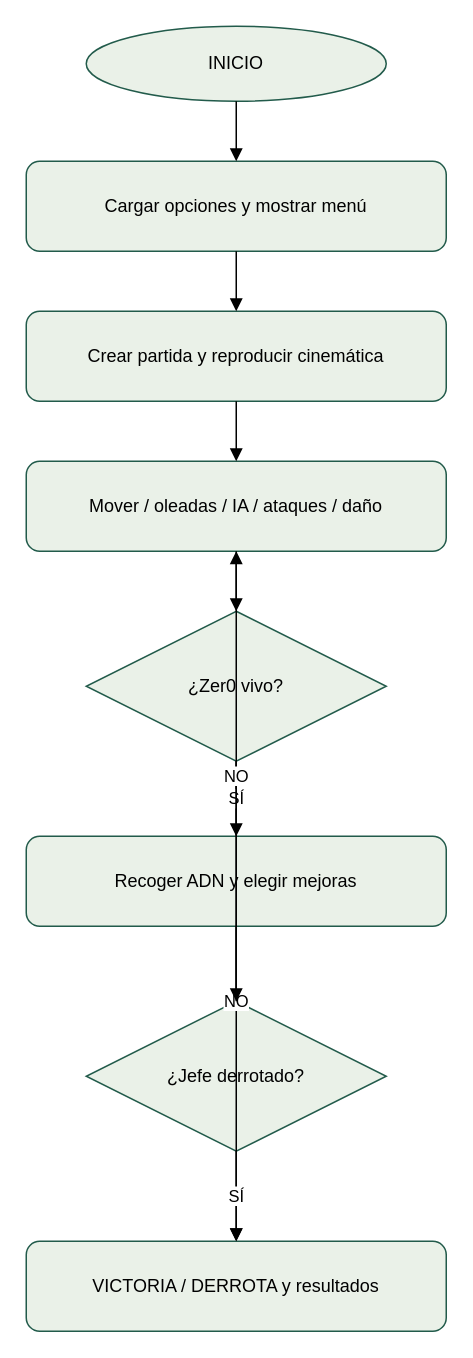
The draw.io diagram Docs/Arthropod_Evolution_Diagrama_editable.drawio in VICTOROMEJOVEN-commits/ArthropodEvolution, before the edit. Source tidied: cells renumbered, new cells numbered last; positions are measured from the earlier drawing's top-left corner, leaving out a move shared by most shapes. Both pictures are drawn from the tidied source at 150%, with x=0, y=0 at pixel (26, 26).
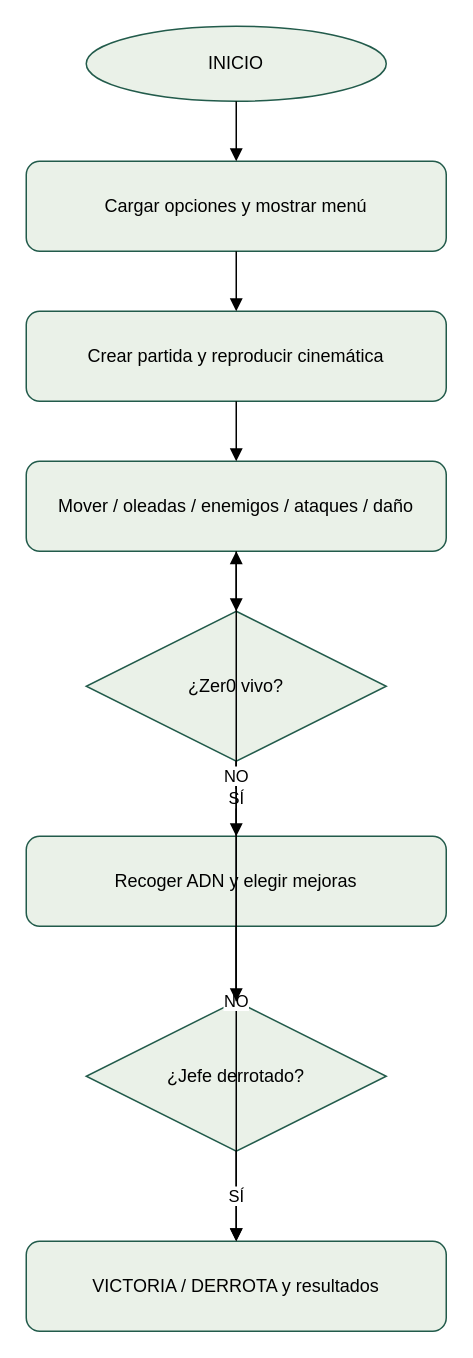
The same page after the edit.

Diff of the diagram source:
```diff
@@
 <mxGraphModel>
   <root>
     <mxCell id="0" />
     <mxCell id="1" parent="0" />
     <mxCell id="2" value="INICIO" style="ellipse;whiteSpace=wrap;html=1;fillColor=#eaf1e8;strokeColor=#225b4b;" parent="1" vertex="1">
       <mxGeometry x="40" width="200" height="50" as="geometry" />
     </mxCell>
     <mxCell id="3" value="Cargar opciones y mostrar menú" style="rounded=1;whiteSpace=wrap;html=1;fillColor=#eaf1e8;strokeColor=#225b4b;" parent="1" vertex="1">
       <mxGeometry y="90" width="280" height="60" as="geometry" />
     </mxCell>
     <mxCell id="4" value="Crear partida y reproducir cinemática" style="rounded=1;whiteSpace=wrap;html=1;fillColor=#eaf1e8;strokeColor=#225b4b;" parent="1" vertex="1">
       <mxGeometry y="190" width="280" height="60" as="geometry" />
     </mxCell>
-    <mxCell id="5" value="Mover / oleadas / IA / ataques / daño" style="rounded=1;whiteSpace=wrap;html=1;fillColor=#eaf1e8;strokeColor=#225b4b;" parent="1" vertex="1">
+    <mxCell id="5" value="Mover / oleadas / enemigos / ataques / daño" style="rounded=1;whiteSpace=wrap;html=1;fillColor=#eaf1e8;strokeColor=#225b4b;" parent="1" vertex="1">
       <mxGeometry y="290" width="280" height="60" as="geometry" />
     </mxCell>
     <mxCell id="6" value="¿Zer0 vivo?" style="rhombus;whiteSpace=wrap;html=1;fillColor=#eaf1e8;strokeColor=#225b4b;" parent="1" vertex="1">
       <mxGeometry x="40" y="390" width="200" height="100" as="geometry" />
     </mxCell>
     <mxCell id="7" value="Recoger ADN y elegir mejoras" style="rounded=1;whiteSpace=wrap;html=1;fillColor=#eaf1e8;strokeColor=#225b4b;" parent="1" vertex="1">
       <mxGeometry y="540" width="280" height="60" as="geometry" />
     </mxCell>
     <mxCell id="8" value="¿Jefe derrotado?" style="rhombus;whiteSpace=wrap;html=1;fillColor=#eaf1e8;strokeColor=#225b4b;" parent="1" vertex="1">
       <mxGeometry x="40" y="650" width="200" height="100" as="geometry" />
     </mxCell>
     <mxCell id="9" value="VICTORIA / DERROTA y resultados" style="rounded=1;whiteSpace=wrap;html=1;fillColor=#eaf1e8;strokeColor=#225b4b;" parent="1" vertex="1">
       <mxGeometry y="810" width="280" height="60" as="geometry" />
     </mxCell>
     <mxCell id="10" style="edgeStyle=orthogonalEdgeStyle;endArrow=block;html=1;" parent="1" edge="1" source="2" target="3">
       <mxGeometry relative="1" as="geometry" />
     </mxCell>
     <mxCell id="11" style="edgeStyle=orthogonalEdgeStyle;endArrow=block;html=1;" parent="1" edge="1" source="3" target="4">
       <mxGeometry relative="1" as="geometry" />
     </mxCell>
     <mxCell id="12" style="edgeStyle=orthogonalEdgeStyle;endArrow=block;html=1;" parent="1" edge="1" source="4" target="5">
       <mxGeometry relative="1" as="geometry" />
     </mxCell>
     <mxCell id="13" style="edgeStyle=orthogonalEdgeStyle;endArrow=block;html=1;" parent="1" edge="1" source="5" target="6">
       <mxGeometry relative="1" as="geometry" />
     </mxCell>
     <mxCell id="14" value="SÍ" style="edgeStyle=orthogonalEdgeStyle;endArrow=block;html=1;" parent="1" edge="1" source="6" target="7">
       <mxGeometry relative="1" as="geometry" />
     </mxCell>
     <mxCell id="15" value="NO" style="edgeStyle=orthogonalEdgeStyle;endArrow=block;html=1;" parent="1" edge="1" source="6" target="9">
       <mxGeometry relative="1" as="geometry" />
     </mxCell>
     <mxCell id="16" style="edgeStyle=orthogonalEdgeStyle;endArrow=block;html=1;" parent="1" edge="1" source="7" target="8">
       <mxGeometry relative="1" as="geometry" />
     </mxCell>
     <mxCell id="17" value="SÍ" style="edgeStyle=orthogonalEdgeStyle;endArrow=block;html=1;" parent="1" edge="1" source="8" target="9">
       <mxGeometry relative="1" as="geometry" />
     </mxCell>
     <mxCell id="18" value="NO" style="edgeStyle=orthogonalEdgeStyle;endArrow=block;html=1;" parent="1" edge="1" source="8" target="5">
       <mxGeometry relative="1" as="geometry" />
     </mxCell>
   </root>
 </mxGraphModel>
```
